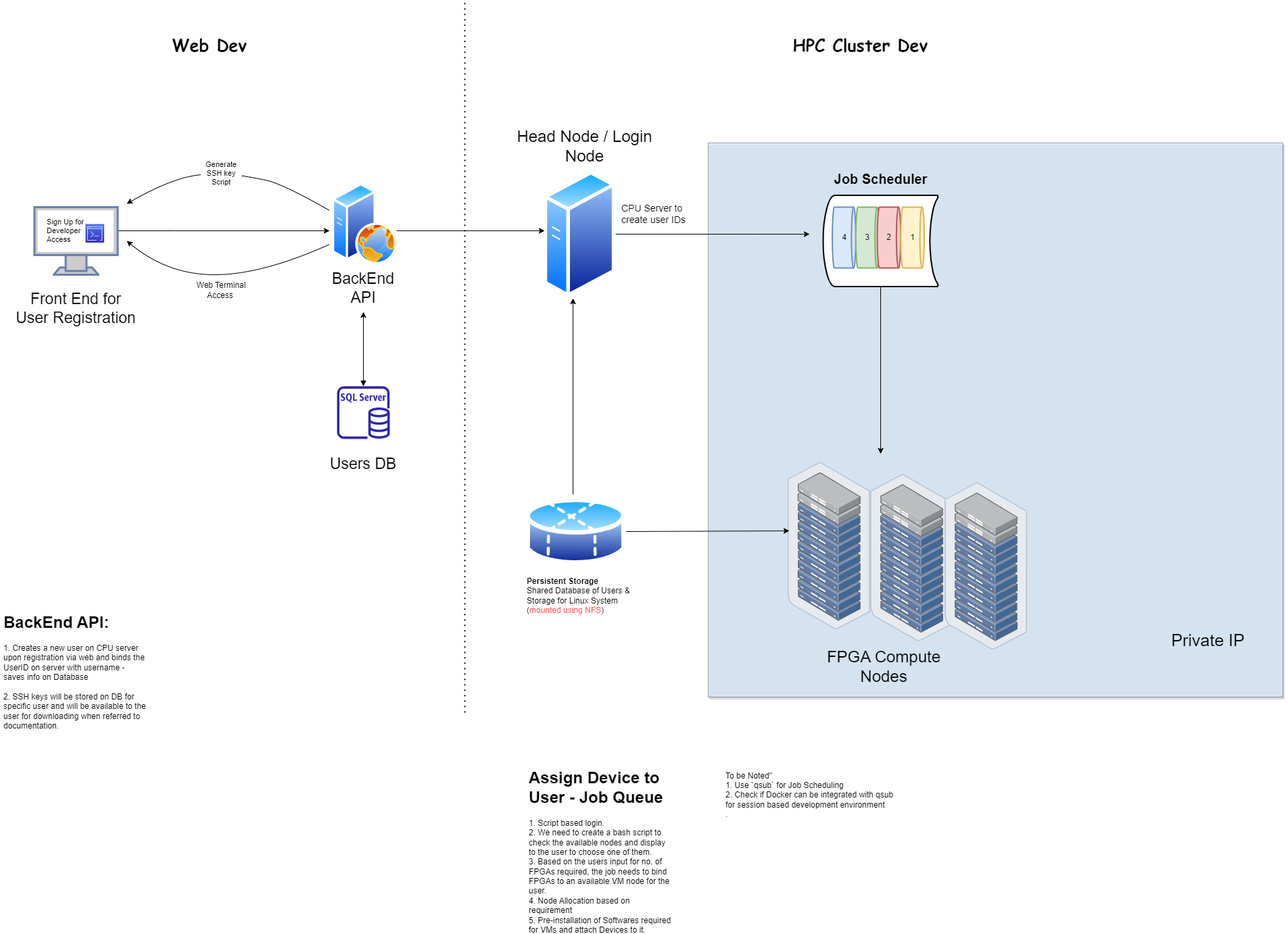
Before: LightSpeed Developer Access for Cloud Deployment.drawio.png, a diagram exported from draw.io (belanasaikiran/FlowCharts). Source tidied: cells renumbered, new cells last; positions are measured from the earlier drawing's top-left corner, leaving out a move shared by most shapes.
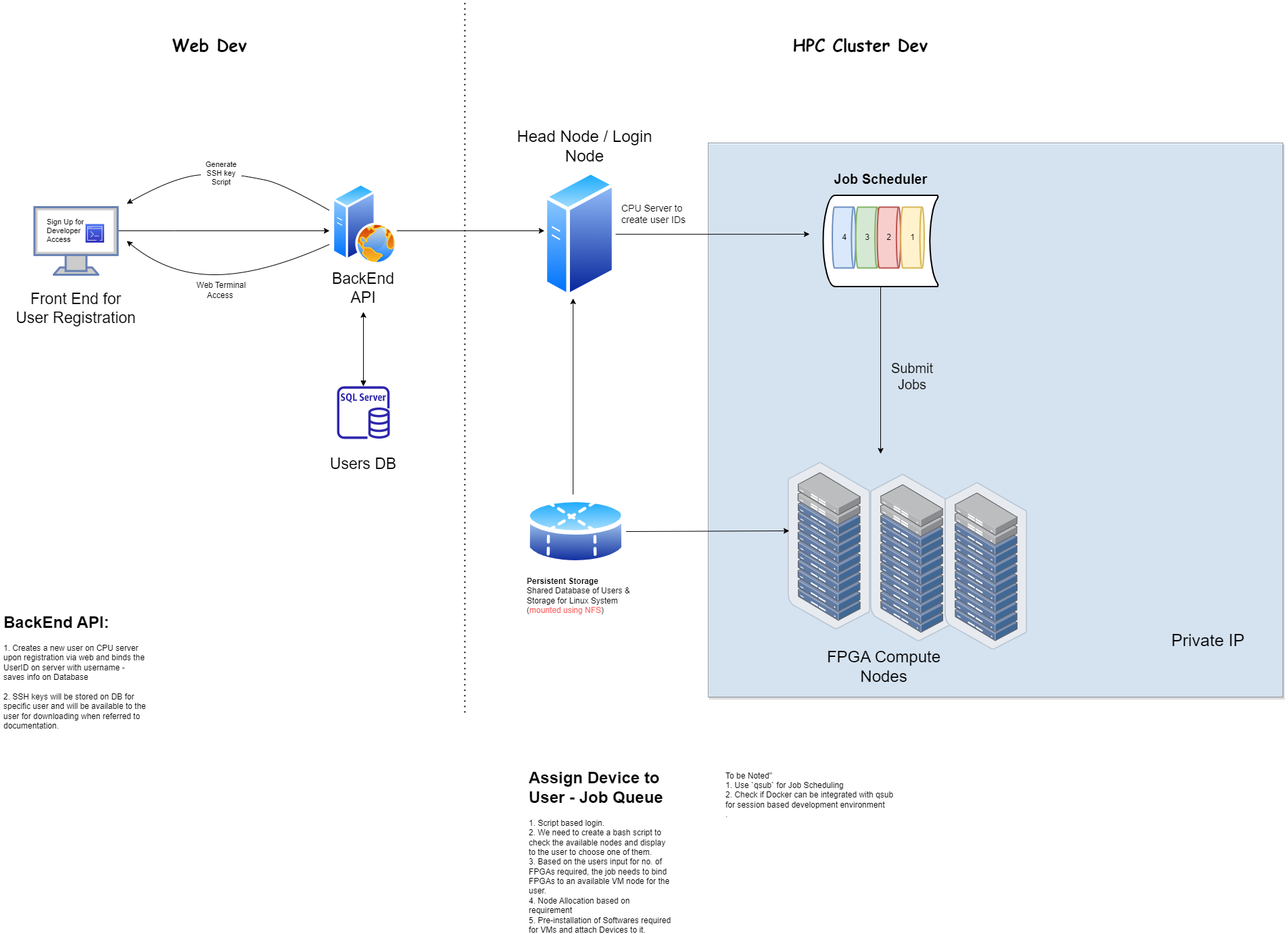
Above is the later version.

Change to the diagram source:
```diff
@@ -195,5 +195,8 @@
     <mxCell id="49" value="&lt;b style=&quot;font-size: 20px;&quot;&gt;Job Scheduler&lt;/b&gt;" style="text;html=1;strokeColor=none;fillColor=none;align=center;verticalAlign=middle;whiteSpace=wrap;rounded=0;fontSize=20;" parent="1" vertex="1">
       <mxGeometry x="1230.5" y="237.5" width="143" height="50" as="geometry" />
     </mxCell>
+    <mxCell id="50" value="Submit Jobs" style="text;html=1;strokeColor=none;fillColor=none;align=center;verticalAlign=middle;whiteSpace=wrap;rounded=0;fontSize=20;" parent="1" vertex="1">
+      <mxGeometry x="1319.1" y="540" width="60" height="30" as="geometry" />
+    </mxCell>
   </root>
 </mxGraphModel>
```
